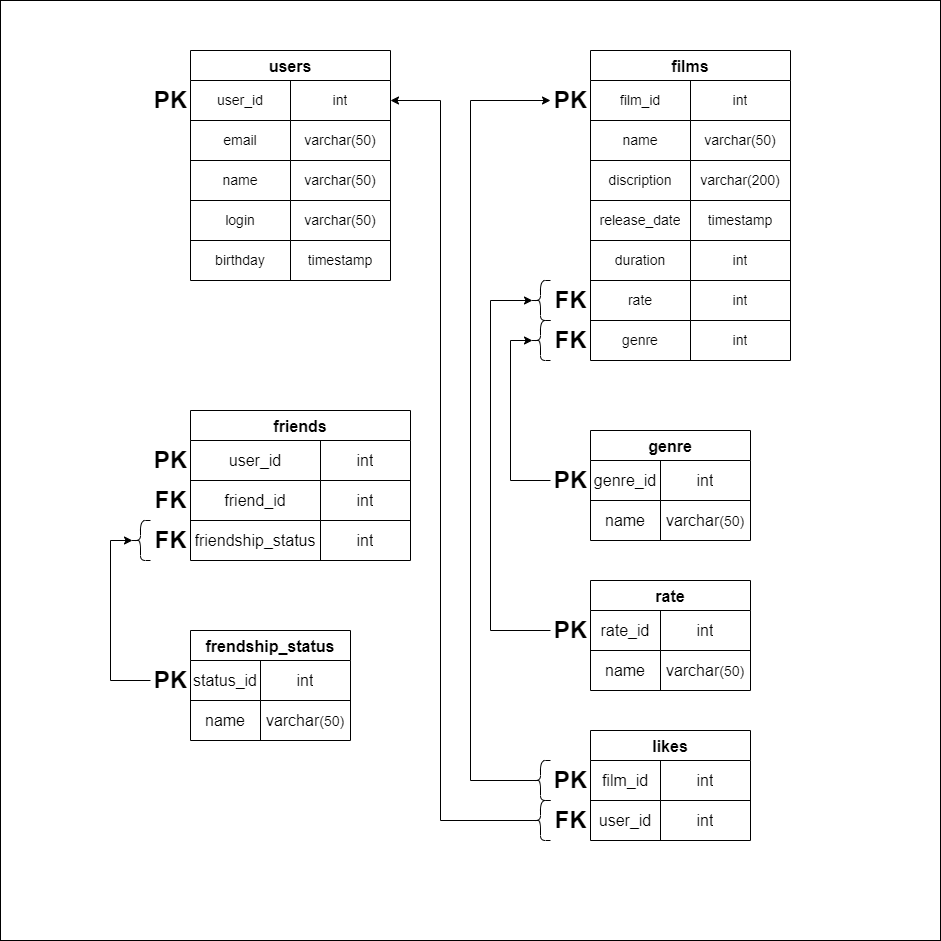
Before: src/BD_scheme.png, a diagram exported from draw.io (Nexler0/java-filmorate). Source tidied: cells renumbered, new cells last; positions are measured from the earlier drawing's top-left corner, leaving out a move shared by most shapes.
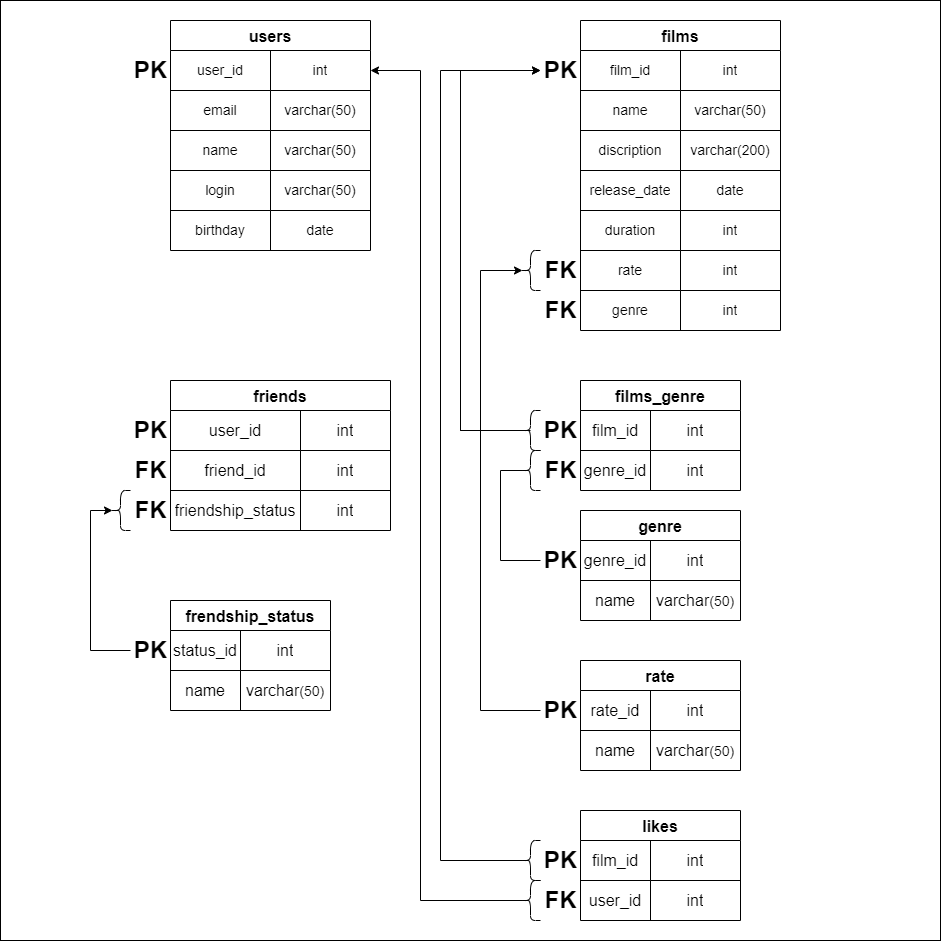
After the change.

Diff of the diagram source:
```diff
@@ -3,10 +3,10 @@
     <mxCell id="0" />
     <mxCell id="1" parent="0" />
     <mxCell id="2" style="whiteSpace=wrap;html=1;fontSize=16;" parent="1" vertex="1">
-      <mxGeometry width="940" height="940" as="geometry" />
+      <mxGeometry x="10" y="30" width="940" height="940" as="geometry" />
     </mxCell>
     <mxCell id="3" value="users" style="shape=table;startSize=30;fontStyle=1;align=center;fontSize=16;" parent="1" vertex="1">
-      <mxGeometry x="190" y="50" width="200" height="230" as="geometry" />
+      <mxGeometry x="180" y="50" width="200" height="230" as="geometry" />
     </mxCell>
     <mxCell id="4" style="shape=tableRow;horizontal=0;startSize=0;swimlaneHead=0;swimlaneBody=0;top=0;left=0;bottom=0;right=0;fillColor=none;points=[[0,0.5],[1,0.5]];portConstraint=eastwest;" parent="3" vertex="1">
       <mxGeometry y="30" width="200" height="40" as="geometry" />
@@ -50,7 +50,7 @@
     <mxCell id="17" value="birthday" style="shape=partialRectangle;html=1;whiteSpace=wrap;fillColor=none;top=0;left=0;bottom=0;right=0;overflow=hidden;fontSize=14;" parent="16" vertex="1">
       <mxGeometry width="100" height="40" as="geometry" />
     </mxCell>
-    <mxCell id="18" value="timestamp" style="shape=partialRectangle;html=1;whiteSpace=wrap;fillColor=none;top=0;left=0;bottom=0;right=0;overflow=hidden;fontSize=14;" parent="16" vertex="1">
+    <mxCell id="18" value="date" style="shape=partialRectangle;html=1;whiteSpace=wrap;fillColor=none;top=0;left=0;bottom=0;right=0;overflow=hidden;fontSize=14;" parent="16" vertex="1">
       <mxGeometry x="100" width="100" height="40" as="geometry" />
     </mxCell>
     <mxCell id="19" value="films" style="shape=table;startSize=30;fontStyle=1;align=center;fontSize=16;" parent="1" vertex="1">
@@ -89,7 +89,7 @@
     <mxCell id="30" value="release_date" style="shape=partialRectangle;html=1;whiteSpace=wrap;fillColor=none;top=0;left=0;bottom=0;right=0;overflow=hidden;fontSize=14;" parent="29" vertex="1">
       <mxGeometry width="100" height="40" as="geometry" />
     </mxCell>
-    <mxCell id="31" value="timestamp" style="shape=partialRectangle;html=1;whiteSpace=wrap;fillColor=none;top=0;left=0;bottom=0;right=0;overflow=hidden;fontSize=14;" parent="29" vertex="1">
+    <mxCell id="31" value="date" style="shape=partialRectangle;html=1;whiteSpace=wrap;fillColor=none;top=0;left=0;bottom=0;right=0;overflow=hidden;fontSize=14;" parent="29" vertex="1">
       <mxGeometry x="100" width="100" height="40" as="geometry" />
     </mxCell>
     <mxCell id="32" style="shape=tableRow;horizontal=0;startSize=0;swimlaneHead=0;swimlaneBody=0;top=0;left=0;bottom=0;right=0;fillColor=none;" parent="19" vertex="1">
@@ -120,7 +120,7 @@
       <mxGeometry x="100" width="100" height="40" as="geometry" />
     </mxCell>
     <mxCell id="41" value="genre" style="shape=table;startSize=30;fontStyle=1;align=center;fontSize=16;" parent="1" vertex="1">
-      <mxGeometry x="590" y="430" width="160" height="110" as="geometry" />
+      <mxGeometry x="590" y="540" width="160" height="110" as="geometry" />
     </mxCell>
     <mxCell id="42" style="shape=tableRow;horizontal=0;startSize=0;swimlaneHead=0;swimlaneBody=0;top=0;left=0;bottom=0;right=0;fillColor=none;fontSize=16;" parent="41" vertex="1">
       <mxGeometry y="30" width="160" height="40" as="geometry" />
@@ -141,7 +141,7 @@
       <mxGeometry x="70" width="90" height="40" as="geometry" />
     </mxCell>
     <mxCell id="48" value="friends" style="shape=table;startSize=30;fontStyle=1;align=center;fontSize=16;" parent="1" vertex="1">
-      <mxGeometry x="190" y="410" width="220" height="150" as="geometry" />
+      <mxGeometry x="180" y="410" width="220" height="150" as="geometry" />
     </mxCell>
     <mxCell id="49" style="shape=tableRow;horizontal=0;startSize=0;swimlaneHead=0;swimlaneBody=0;top=0;left=0;bottom=0;right=0;fillColor=none;fontSize=16;" parent="48" vertex="1">
       <mxGeometry y="30" width="220" height="40" as="geometry" />
@@ -171,13 +171,13 @@
       <mxGeometry x="130" width="90" height="40" as="geometry" />
     </mxCell>
     <mxCell id="58" value="FK" style="text;strokeColor=none;fillColor=none;html=1;fontSize=24;fontStyle=1;verticalAlign=middle;align=center;" parent="1" vertex="1">
-      <mxGeometry x="150" y="520" width="40" height="40" as="geometry" />
+      <mxGeometry x="140" y="520" width="40" height="40" as="geometry" />
     </mxCell>
     <mxCell id="59" value="PK" style="text;strokeColor=none;fillColor=none;html=1;fontSize=24;fontStyle=1;verticalAlign=middle;align=center;" parent="1" vertex="1">
-      <mxGeometry x="150" y="440" width="40" height="40" as="geometry" />
+      <mxGeometry x="140" y="440" width="40" height="40" as="geometry" />
     </mxCell>
     <mxCell id="60" value="PK" style="text;strokeColor=none;fillColor=none;html=1;fontSize=24;fontStyle=1;verticalAlign=middle;align=center;" parent="1" vertex="1">
-      <mxGeometry x="150" y="80" width="40" height="40" as="geometry" />
+      <mxGeometry x="140" y="80" width="40" height="40" as="geometry" />
     </mxCell>
     <mxCell id="61" value="PK" style="text;strokeColor=none;fillColor=none;html=1;fontSize=24;fontStyle=1;verticalAlign=middle;align=center;" parent="1" vertex="1">
       <mxGeometry x="550" y="80" width="40" height="40" as="geometry" />
@@ -185,18 +185,11 @@
     <mxCell id="62" value="FK" style="text;strokeColor=none;fillColor=none;html=1;fontSize=24;fontStyle=1;verticalAlign=middle;align=center;" parent="1" vertex="1">
       <mxGeometry x="550" y="320" width="40" height="40" as="geometry" />
     </mxCell>
-    <mxCell id="63" style="edgeStyle=elbowEdgeStyle;rounded=0;jettySize=auto;html=1;exitX=0;exitY=0.5;exitDx=0;exitDy=0;fontSize=16;entryX=0.1;entryY=0.5;entryDx=0;entryDy=0;entryPerimeter=0;" parent="1" edge="1" source="64" target="74">
-      <mxGeometry relative="1" as="geometry">
-        <Array as="points">
-          <mxPoint x="510" y="410" />
-        </Array>
-      </mxGeometry>
-    </mxCell>
     <mxCell id="64" value="PK" style="text;strokeColor=none;fillColor=none;html=1;fontSize=24;fontStyle=1;verticalAlign=middle;align=center;" parent="1" vertex="1">
-      <mxGeometry x="550" y="460" width="40" height="40" as="geometry" />
+      <mxGeometry x="550" y="570" width="40" height="40" as="geometry" />
     </mxCell>
     <mxCell id="65" value="frendship_status" style="shape=table;startSize=30;fontStyle=1;align=center;fontSize=16;" parent="1" vertex="1">
-      <mxGeometry x="190" y="630" width="160" height="110" as="geometry" />
+      <mxGeometry x="180" y="630" width="160" height="110" as="geometry" />
     </mxCell>
     <mxCell id="66" style="shape=tableRow;horizontal=0;startSize=0;swimlaneHead=0;swimlaneBody=0;top=0;left=0;bottom=0;right=0;fillColor=none;fontSize=16;" parent="65" vertex="1">
       <mxGeometry y="30" width="160" height="40" as="geometry" />
@@ -219,18 +212,15 @@
     <mxCell id="72" style="edgeStyle=elbowEdgeStyle;rounded=0;jettySize=auto;html=1;exitX=0;exitY=0.5;exitDx=0;exitDy=0;entryX=0.1;entryY=0.5;entryDx=0;entryDy=0;fontSize=16;entryPerimeter=0;" parent="1" edge="1" source="73" target="86">
       <mxGeometry relative="1" as="geometry">
         <Array as="points">
-          <mxPoint x="110" y="610" />
+          <mxPoint x="100" y="610" />
         </Array>
       </mxGeometry>
     </mxCell>
     <mxCell id="73" value="PK" style="text;strokeColor=none;fillColor=none;html=1;fontSize=24;fontStyle=1;verticalAlign=middle;align=center;" parent="1" vertex="1">
-      <mxGeometry x="150" y="660" width="40" height="40" as="geometry" />
+      <mxGeometry x="140" y="660" width="40" height="40" as="geometry" />
     </mxCell>
-    <mxCell id="74" style="shape=curlyBracket;whiteSpace=wrap;html=1;rounded=1;fontSize=16;" parent="1" vertex="1">
-      <mxGeometry x="530" y="320" width="20" height="40" as="geometry" />
-    </mxCell>
     <mxCell id="75" value="likes" style="shape=table;startSize=30;fontStyle=1;align=center;fontSize=16;" parent="1" vertex="1">
-      <mxGeometry x="590" y="730" width="160" height="110" as="geometry" />
+      <mxGeometry x="590" y="840" width="160" height="110" as="geometry" />
     </mxCell>
     <mxCell id="76" style="shape=tableRow;horizontal=0;startSize=0;swimlaneHead=0;swimlaneBody=0;top=0;left=0;bottom=0;right=0;fillColor=none;fontSize=16;" parent="75" vertex="1">
       <mxGeometry y="30" width="160" height="40" as="geometry" />
@@ -251,39 +241,40 @@
       <mxGeometry x="70" width="90" height="40" as="geometry" />
     </mxCell>
     <mxCell id="82" value="PK" style="text;strokeColor=none;fillColor=none;html=1;fontSize=24;fontStyle=1;verticalAlign=middle;align=center;" parent="1" vertex="1">
-      <mxGeometry x="550" y="760" width="40" height="40" as="geometry" />
+      <mxGeometry x="550" y="870" width="40" height="40" as="geometry" />
     </mxCell>
     <mxCell id="83" style="edgeStyle=elbowEdgeStyle;rounded=0;jettySize=auto;html=1;exitX=0.1;exitY=0.5;exitDx=0;exitDy=0;exitPerimeter=0;entryX=0;entryY=0.5;entryDx=0;entryDy=0;fontSize=16;" parent="1" edge="1" source="85" target="61">
       <mxGeometry relative="1" as="geometry">
         <Array as="points">
-          <mxPoint x="470" y="500" />
+          <mxPoint x="450" y="490" />
         </Array>
       </mxGeometry>
     </mxCell>
     <mxCell id="84" style="edgeStyle=elbowEdgeStyle;rounded=0;jettySize=auto;html=1;entryX=1;entryY=0.5;entryDx=0;entryDy=0;fontSize=16;exitX=0.1;exitY=0.5;exitDx=0;exitDy=0;exitPerimeter=0;" parent="1" edge="1" source="88" target="4">
       <mxGeometry relative="1" as="geometry">
         <Array as="points">
+          <mxPoint x="430" y="510" />
           <mxPoint x="440" y="160" />
         </Array>
       </mxGeometry>
     </mxCell>
     <mxCell id="85" style="shape=curlyBracket;whiteSpace=wrap;html=1;rounded=1;fontSize=16;" parent="1" vertex="1">
-      <mxGeometry x="530" y="760" width="20" height="40" as="geometry" />
+      <mxGeometry x="530" y="870" width="20" height="40" as="geometry" />
     </mxCell>
     <mxCell id="86" style="shape=curlyBracket;whiteSpace=wrap;html=1;rounded=1;fontSize=16;" parent="1" vertex="1">
-      <mxGeometry x="130" y="520" width="20" height="40" as="geometry" />
+      <mxGeometry x="120" y="520" width="20" height="40" as="geometry" />
     </mxCell>
     <mxCell id="87" value="FK" style="text;strokeColor=none;fillColor=none;html=1;fontSize=24;fontStyle=1;verticalAlign=middle;align=center;" parent="1" vertex="1">
-      <mxGeometry x="550" y="800" width="40" height="40" as="geometry" />
+      <mxGeometry x="550" y="910" width="40" height="40" as="geometry" />
     </mxCell>
     <mxCell id="88" style="shape=curlyBracket;whiteSpace=wrap;html=1;rounded=1;fontSize=16;" parent="1" vertex="1">
-      <mxGeometry x="530" y="800" width="20" height="40" as="geometry" />
+      <mxGeometry x="530" y="910" width="20" height="40" as="geometry" />
     </mxCell>
     <mxCell id="89" value="FK" style="text;strokeColor=none;fillColor=none;html=1;fontSize=24;fontStyle=1;verticalAlign=middle;align=center;" parent="1" vertex="1">
-      <mxGeometry x="150" y="480" width="40" height="40" as="geometry" />
+      <mxGeometry x="140" y="480" width="40" height="40" as="geometry" />
     </mxCell>
     <mxCell id="90" value="rate" style="shape=table;startSize=30;fontStyle=1;align=center;fontSize=16;" parent="1" vertex="1">
-      <mxGeometry x="590" y="580" width="160" height="110" as="geometry" />
+      <mxGeometry x="590" y="690" width="160" height="110" as="geometry" />
     </mxCell>
     <mxCell id="91" style="shape=tableRow;horizontal=0;startSize=0;swimlaneHead=0;swimlaneBody=0;top=0;left=0;bottom=0;right=0;fillColor=none;fontSize=16;" parent="90" vertex="1">
       <mxGeometry y="30" width="160" height="40" as="geometry" />
@@ -306,13 +297,13 @@
     <mxCell id="97" style="edgeStyle=orthogonalEdgeStyle;rounded=0;jettySize=auto;html=1;exitX=0;exitY=0.5;exitDx=0;exitDy=0;entryX=0.1;entryY=0.5;entryDx=0;entryDy=0;entryPerimeter=0;" parent="1" edge="1" source="98" target="100">
       <mxGeometry relative="1" as="geometry">
         <Array as="points">
-          <mxPoint x="490" y="630" />
+          <mxPoint x="490" y="740" />
           <mxPoint x="490" y="300" />
         </Array>
       </mxGeometry>
     </mxCell>
     <mxCell id="98" value="PK" style="text;strokeColor=none;fillColor=none;html=1;fontSize=24;fontStyle=1;verticalAlign=middle;align=center;" parent="1" vertex="1">
-      <mxGeometry x="550" y="610" width="40" height="40" as="geometry" />
+      <mxGeometry x="550" y="720" width="40" height="40" as="geometry" />
     </mxCell>
     <mxCell id="99" value="FK" style="text;strokeColor=none;fillColor=none;html=1;fontSize=24;fontStyle=1;verticalAlign=middle;align=center;" parent="1" vertex="1">
       <mxGeometry x="550" y="280" width="40" height="40" as="geometry" />
@@ -320,5 +311,60 @@
     <mxCell id="100" style="shape=curlyBracket;whiteSpace=wrap;html=1;rounded=1;fontSize=16;" parent="1" vertex="1">
       <mxGeometry x="530" y="280" width="20" height="40" as="geometry" />
     </mxCell>
+    <mxCell id="101" value="films_genre" style="shape=table;startSize=30;fontStyle=1;align=center;fontSize=16;" parent="1" vertex="1">
+      <mxGeometry x="590" y="410" width="160" height="110" as="geometry" />
+    </mxCell>
+    <mxCell id="102" style="shape=tableRow;horizontal=0;startSize=0;swimlaneHead=0;swimlaneBody=0;top=0;left=0;bottom=0;right=0;fillColor=none;fontSize=16;" parent="101" vertex="1">
+      <mxGeometry y="30" width="160" height="40" as="geometry" />
+    </mxCell>
+    <mxCell id="103" value="film_id" style="shape=partialRectangle;html=1;whiteSpace=wrap;fillColor=none;top=0;left=0;bottom=0;right=0;overflow=hidden;fontSize=16;" parent="102" vertex="1">
+      <mxGeometry width="70" height="40" as="geometry" />
+    </mxCell>
+    <mxCell id="104" value="int" style="shape=partialRectangle;html=1;whiteSpace=wrap;fillColor=none;top=0;left=0;bottom=0;right=0;overflow=hidden;fontSize=16;" parent="102" vertex="1">
+      <mxGeometry x="70" width="90" height="40" as="geometry" />
+    </mxCell>
+    <mxCell id="105" style="shape=tableRow;horizontal=0;startSize=0;swimlaneHead=0;swimlaneBody=0;top=0;left=0;bottom=0;right=0;fillColor=none;fontSize=16;" parent="101" vertex="1">
+      <mxGeometry y="70" width="160" height="40" as="geometry" />
+    </mxCell>
+    <mxCell id="106" value="genre_id" style="shape=partialRectangle;html=1;whiteSpace=wrap;fillColor=none;top=0;left=0;bottom=0;right=0;overflow=hidden;fontSize=16;" parent="105" vertex="1">
+      <mxGeometry width="70" height="40" as="geometry" />
+    </mxCell>
+    <mxCell id="107" value="int" style="shape=partialRectangle;html=1;whiteSpace=wrap;fillColor=none;top=0;left=0;bottom=0;right=0;overflow=hidden;fontSize=16;" parent="105" vertex="1">
+      <mxGeometry x="70" width="90" height="40" as="geometry" />
+    </mxCell>
+    <mxCell id="108" style="edgeStyle=orthogonalEdgeStyle;rounded=0;jettySize=auto;html=1;exitX=0;exitY=0.5;exitDx=0;exitDy=0;entryX=0;entryY=0.5;entryDx=0;entryDy=0;startArrow=none;" parent="1" edge="1" source="74" target="61">
+      <mxGeometry relative="1" as="geometry">
+        <Array as="points">
+          <mxPoint x="470" y="100" />
+        </Array>
+      </mxGeometry>
+    </mxCell>
+    <mxCell id="109" value="PK" style="text;strokeColor=none;fillColor=none;html=1;fontSize=24;fontStyle=1;verticalAlign=middle;align=center;" parent="1" vertex="1">
+      <mxGeometry x="550" y="440" width="40" height="40" as="geometry" />
+    </mxCell>
+    <mxCell id="74" style="shape=curlyBracket;whiteSpace=wrap;html=1;rounded=1;fontSize=16;" parent="1" vertex="1">
+      <mxGeometry x="530" y="440" width="20" height="40" as="geometry" />
+    </mxCell>
+    <mxCell id="110" style="edgeStyle=orthogonalEdgeStyle;rounded=0;jettySize=auto;html=1;entryX=0;entryY=0.5;entryDx=0;entryDy=0;endArrow=none;" parent="1" edge="1" target="74">
+      <mxGeometry relative="1" as="geometry">
+        <mxPoint x="540" y="460" as="sourcePoint" />
+        <Array as="points">
+          <mxPoint x="470" y="460" />
+        </Array>
+      </mxGeometry>
+    </mxCell>
+    <mxCell id="111" value="FK" style="text;strokeColor=none;fillColor=none;html=1;fontSize=24;fontStyle=1;verticalAlign=middle;align=center;" parent="1" vertex="1">
+      <mxGeometry x="550" y="480" width="40" height="40" as="geometry" />
+    </mxCell>
+    <mxCell id="112" style="shape=curlyBracket;whiteSpace=wrap;html=1;rounded=1;fontSize=16;" parent="1" vertex="1">
+      <mxGeometry x="530" y="480" width="20" height="40" as="geometry" />
+    </mxCell>
+    <mxCell id="113" style="edgeStyle=elbowEdgeStyle;rounded=0;jettySize=auto;html=1;exitX=0;exitY=0.5;exitDx=0;exitDy=0;fontSize=16;endArrow=none;entryX=0.1;entryY=0.5;entryDx=0;entryDy=0;entryPerimeter=0;" parent="1" edge="1" source="64" target="112">
+      <mxGeometry relative="1" as="geometry">
+        <Array as="points">
+          <mxPoint x="510" y="410" />
+        </Array>
+      </mxGeometry>
+    </mxCell>
   </root>
 </mxGraphModel>
```
